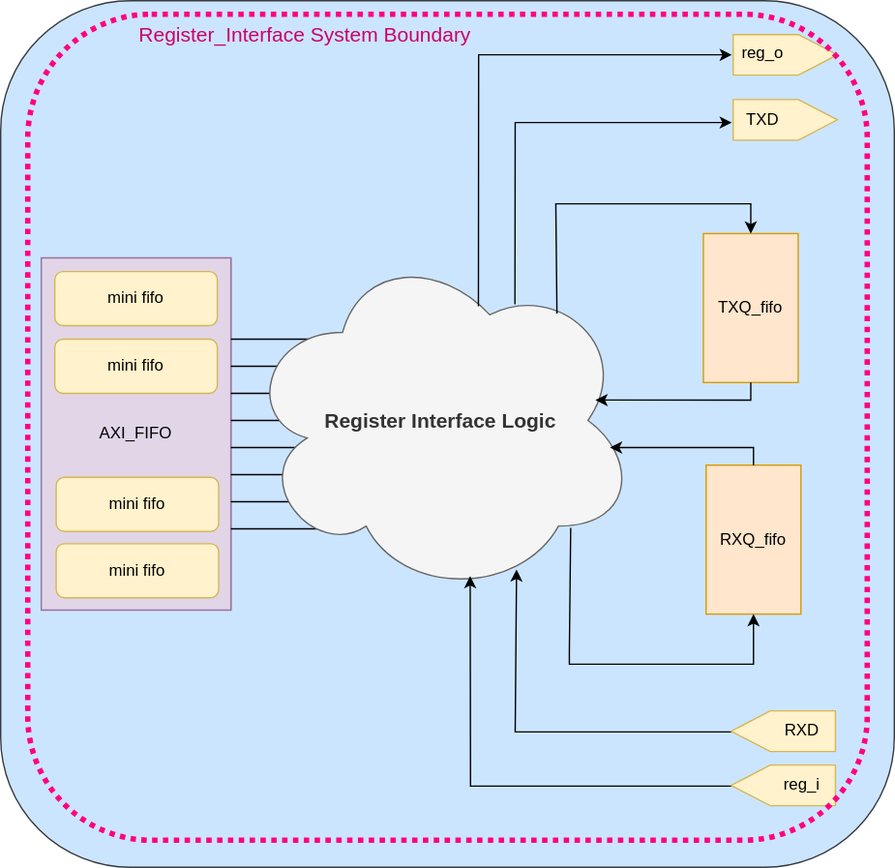
Before: document/axi4l_uart_regif.svg, a diagram exported from draw.io (ADN-VLSI/SC-SoC). Source tidied: cells renumbered, new cells last; positions are measured from the earlier drawing's top-left corner, leaving out a move shared by most shapes.
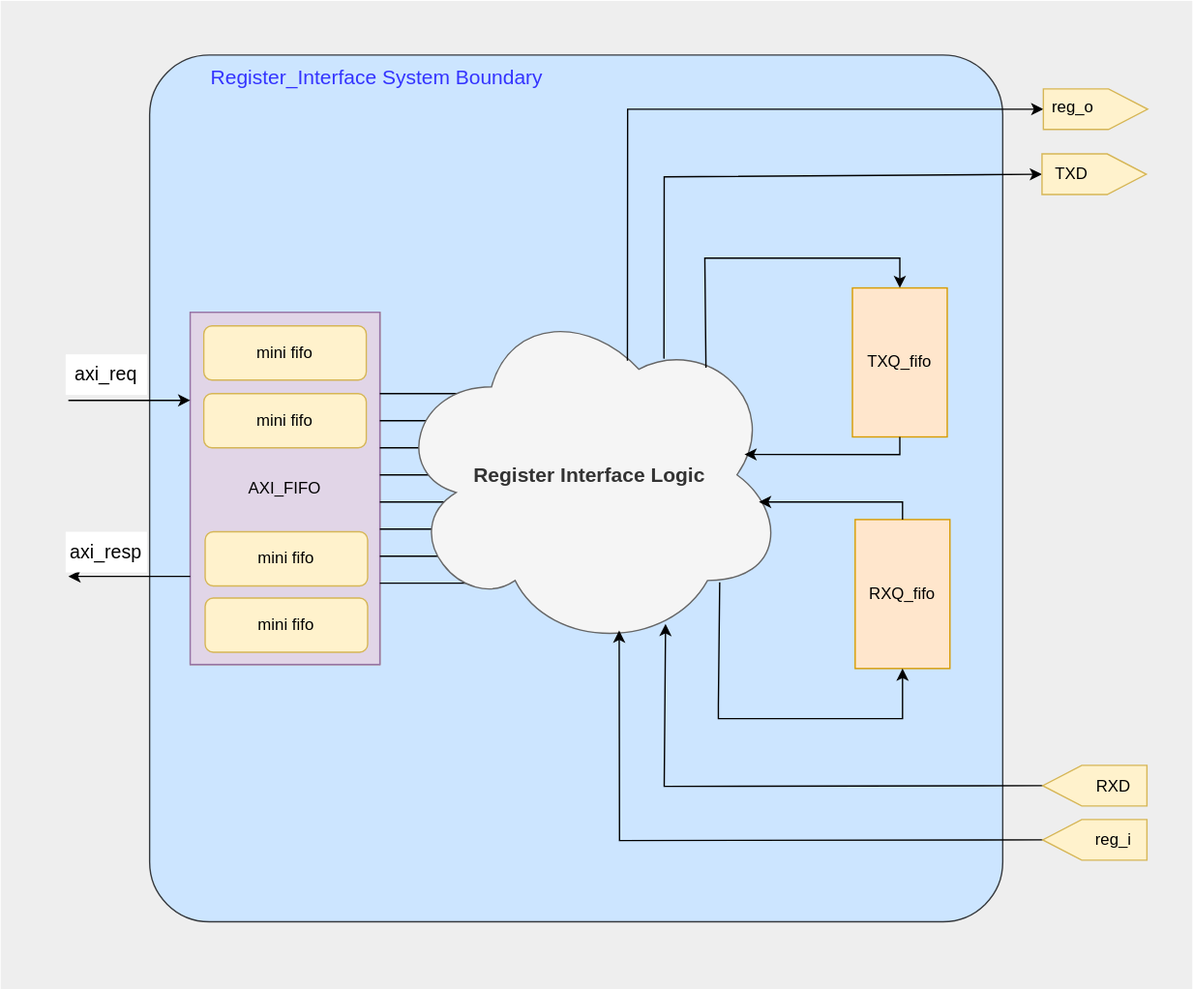
After the change.

Commit message:
The diagram is now proper, I swear! 	modified:   document/axi4l_uart_regif.svg

Diff of the diagram source:
```diff
@@ -2,8 +2,11 @@
   <root>
     <mxCell id="0" />
     <mxCell id="1" parent="0" />
+    <mxCell id="45" style="rounded=0;whiteSpace=wrap;html=1;fillColor=#eeeeee;strokeColor=none;" parent="1" vertex="1">
+      <mxGeometry x="-110" y="-40" width="880" height="730" as="geometry" />
+    </mxCell>
-    <mxCell id="2" style="rounded=1;whiteSpace=wrap;html=1;fillColor=#cce5ff;strokeColor=#36393d;" parent="1" vertex="1">
-      <mxGeometry width="660" height="640" as="geometry" />
+    <mxCell id="2" style="rounded=1;whiteSpace=wrap;html=1;fillColor=#cce5ff;strokeColor=#36393d;arcSize=7;" parent="1" vertex="1">
+      <mxGeometry width="630" height="640" as="geometry" />
     </mxCell>
     <mxCell id="3" style="group;fillColor=#fff2cc;strokeColor=#d6b656;" parent="1" vertex="1">
       <mxGeometry x="30" y="190" width="140" height="260" as="geometry" />
@@ -121,41 +124,37 @@
         </Array>
       </mxGeometry>
     </mxCell>
-    <mxCell id="27" style="endArrow=classic;html=1;exitX=0.689;exitY=0.17;exitDx=0;exitDy=0;exitPerimeter=0;rounded=0;curved=0;" parent="1" edge="1" source="20">
+    <mxCell id="27" style="endArrow=classic;html=1;exitX=0.689;exitY=0.17;exitDx=0;exitDy=0;exitPerimeter=0;rounded=0;curved=0;entryX=0.5;entryY=0;entryDx=0;entryDy=0;" parent="1" edge="1" source="20" target="35">
       <mxGeometry relative="1" as="geometry">
-        <mxPoint x="540" y="90" as="targetPoint" />
         <Array as="points">
           <mxPoint x="380" y="90" />
         </Array>
       </mxGeometry>
     </mxCell>
-    <mxCell id="28" style="endArrow=classic;html=1;exitX=0.596;exitY=0.176;exitDx=0;exitDy=0;exitPerimeter=0;rounded=0;curved=0;" parent="1" edge="1" source="20">
+    <mxCell id="28" style="endArrow=classic;html=1;exitX=0.596;exitY=0.176;exitDx=0;exitDy=0;exitPerimeter=0;rounded=0;curved=0;entryX=0.5;entryY=0;entryDx=0;entryDy=0;" parent="1" edge="1" source="20" target="32">
       <mxGeometry relative="1" as="geometry">
-        <mxPoint x="540" y="40" as="targetPoint" />
         <Array as="points">
           <mxPoint x="353" y="40" />
         </Array>
       </mxGeometry>
     </mxCell>
-    <mxCell id="29" style="endArrow=classic;html=1;rounded=0;curved=0;" parent="1" edge="1">
+    <mxCell id="29" style="endArrow=classic;html=1;rounded=0;curved=0;exitX=0.5;exitY=1;exitDx=0;exitDy=0;" parent="1" edge="1" source="38">
       <mxGeometry relative="1" as="geometry">
-        <mxPoint x="540" y="540" as="sourcePoint" />
         <mxPoint x="381" y="420" as="targetPoint" />
         <Array as="points">
           <mxPoint x="380" y="540" />
         </Array>
       </mxGeometry>
     </mxCell>
-    <mxCell id="30" style="endArrow=classic;html=1;entryX=0.575;entryY=0.942;entryDx=0;entryDy=0;entryPerimeter=0;rounded=0;curved=0;" parent="1" edge="1" target="20">
+    <mxCell id="30" style="endArrow=classic;html=1;entryX=0.575;entryY=0.942;entryDx=0;entryDy=0;entryPerimeter=0;rounded=0;curved=0;exitX=0.5;exitY=1;exitDx=0;exitDy=0;" parent="1" edge="1" source="41" target="20">
       <mxGeometry relative="1" as="geometry">
-        <mxPoint x="540" y="580" as="sourcePoint" />
         <Array as="points">
           <mxPoint x="347" y="580" />
         </Array>
       </mxGeometry>
     </mxCell>
     <mxCell id="31" style="group;" parent="1" vertex="1">
-      <mxGeometry x="541" y="25" width="77" height="30" as="geometry" />
+      <mxGeometry x="660" y="25" width="77" height="30" as="geometry" />
     </mxCell>
     <mxCell id="32" style="shape=offPageConnector;whiteSpace=wrap;html=1;rotation=-90;fillColor=#fff2cc;strokeColor=#d6b656;" parent="31" vertex="1">
       <mxGeometry x="23.5" y="-23.5" width="30" height="77" as="geometry" />
@@ -164,7 +163,7 @@
       <mxGeometry x="7" y="2" width="30" height="24" as="geometry" />
     </mxCell>
     <mxCell id="34" style="group;" parent="1" vertex="1">
-      <mxGeometry x="541" y="73" width="77" height="30" as="geometry" />
+      <mxGeometry x="659" y="73" width="77" height="30" as="geometry" />
     </mxCell>
     <mxCell id="35" style="shape=offPageConnector;whiteSpace=wrap;html=1;rotation=-90;fillColor=#fff2cc;strokeColor=#d6b656;" parent="34" vertex="1">
       <mxGeometry x="23.5" y="-23.5" width="30" height="77" as="geometry" />
@@ -173,7 +172,7 @@
       <mxGeometry x="7" y="3" width="30" height="24" as="geometry" />
     </mxCell>
     <mxCell id="37" style="group;" parent="1" vertex="1">
-      <mxGeometry x="539.5" y="524.5" width="77" height="30" as="geometry" />
+      <mxGeometry x="659.5" y="524.5" width="77" height="30" as="geometry" />
     </mxCell>
     <mxCell id="38" style="shape=offPageConnector;whiteSpace=wrap;html=1;rotation=90;fillColor=#fff2cc;strokeColor=#d6b656;" parent="37" vertex="1">
       <mxGeometry x="23.5" y="-23.5" width="30" height="77" as="geometry" />
@@ -182,7 +181,7 @@
       <mxGeometry x="37" y="3" width="30" height="24" as="geometry" />
     </mxCell>
     <mxCell id="40" style="group;" parent="1" vertex="1">
-      <mxGeometry x="539.5" y="564.5" width="77" height="30" as="geometry" />
+      <mxGeometry x="659.5" y="564.5" width="77" height="30" as="geometry" />
     </mxCell>
     <mxCell id="41" style="shape=offPageConnector;whiteSpace=wrap;html=1;rotation=90;fillColor=#fff2cc;strokeColor=#d6b656;" parent="40" vertex="1">
       <mxGeometry x="23.5" y="-23.5" width="30" height="77" as="geometry" />
@@ -190,11 +189,24 @@
     <mxCell id="42" value="reg_i" style="rounded=0;whiteSpace=wrap;html=1;dashed=1;dashPattern=8 8;strokeWidth=0;fillColor=none;strokeColor=none;" parent="40" vertex="1">
       <mxGeometry x="37" y="3" width="30" height="24" as="geometry" />
     </mxCell>
-    <mxCell id="43" style="rounded=1;whiteSpace=wrap;html=1;dashed=1;fillColor=none;strokeColor=#FF0080;strokeWidth=4;dashPattern=1 1;" parent="1" vertex="1">
-      <mxGeometry x="20" y="10" width="620" height="610" as="geometry" />
-    </mxCell>
-    <mxCell id="44" value="&lt;font style=&quot;font-size: 15px; color: rgb(204, 0, 102);&quot;&gt;Register_Interface System Boundary&lt;/font&gt;" style="text;html=1;align=center;verticalAlign=middle;whiteSpace=wrap;rounded=0;" parent="1" vertex="1">
-      <mxGeometry x="90" y="10" width="270" height="30" as="geometry" />
+    <mxCell id="44" value="&lt;font style=&quot;font-size: 15px; color: rgb(51, 51, 255);&quot;&gt;Register_Interface System Boundary&lt;/font&gt;" style="text;html=1;align=center;verticalAlign=middle;whiteSpace=wrap;rounded=0;" parent="1" vertex="1">
+      <mxGeometry x="33" y="1" width="270" height="30" as="geometry" />
     </mxCell>
+    <mxCell id="46" style="endArrow=classic;html=1;entryX=0;entryY=0.25;entryDx=0;entryDy=0;" parent="1" edge="1" target="5">
+      <mxGeometry relative="1" as="geometry">
+        <mxPoint x="-60" y="255" as="sourcePoint" />
+      </mxGeometry>
+    </mxCell>
+    <mxCell id="47" style="endArrow=classic;html=1;exitX=0;exitY=0.75;exitDx=0;exitDy=0;" parent="1" edge="1" source="5">
+      <mxGeometry relative="1" as="geometry">
+        <mxPoint x="-60" y="385" as="targetPoint" />
+      </mxGeometry>
+    </mxCell>
+    <mxCell id="48" value="&lt;font style=&quot;font-size: 14px;&quot;&gt;axi_req&lt;/font&gt;" style="text;html=1;align=center;verticalAlign=middle;whiteSpace=wrap;rounded=0;fillColor=default;" parent="1" vertex="1">
+      <mxGeometry x="-62" y="221" width="60" height="30" as="geometry" />
+    </mxCell>
+    <mxCell id="49" value="&lt;font style=&quot;font-size: 14px;&quot;&gt;axi_resp&lt;/font&gt;" style="text;html=1;align=center;verticalAlign=middle;whiteSpace=wrap;rounded=0;fillColor=default;" parent="1" vertex="1">
+      <mxGeometry x="-62" y="352" width="60" height="30" as="geometry" />
+    </mxCell>
   </root>
 </mxGraphModel>
```
